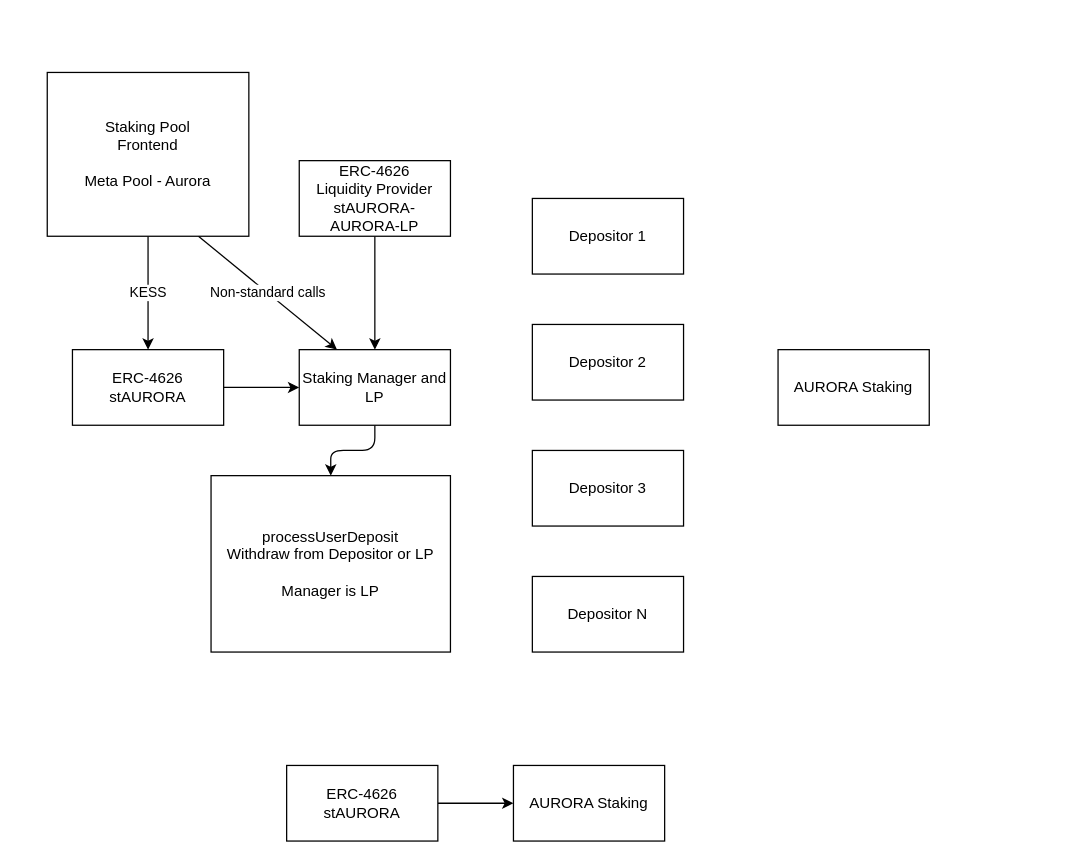
This is media/stakingAurora.drawio from Meta-Pool/staking-pool-aurora, a draw.io file, before an edit. Source tidied: cells renumbered, new cells numbered last; positions are measured from the earlier drawing's top-left corner, leaving out a move shared by most shapes. Both pictures are drawn from the tidied source at 126%, with x=0, y=0 at pixel (47, 72). Pictures stored in the file or linked from it are replaced by grey dashed boxes.
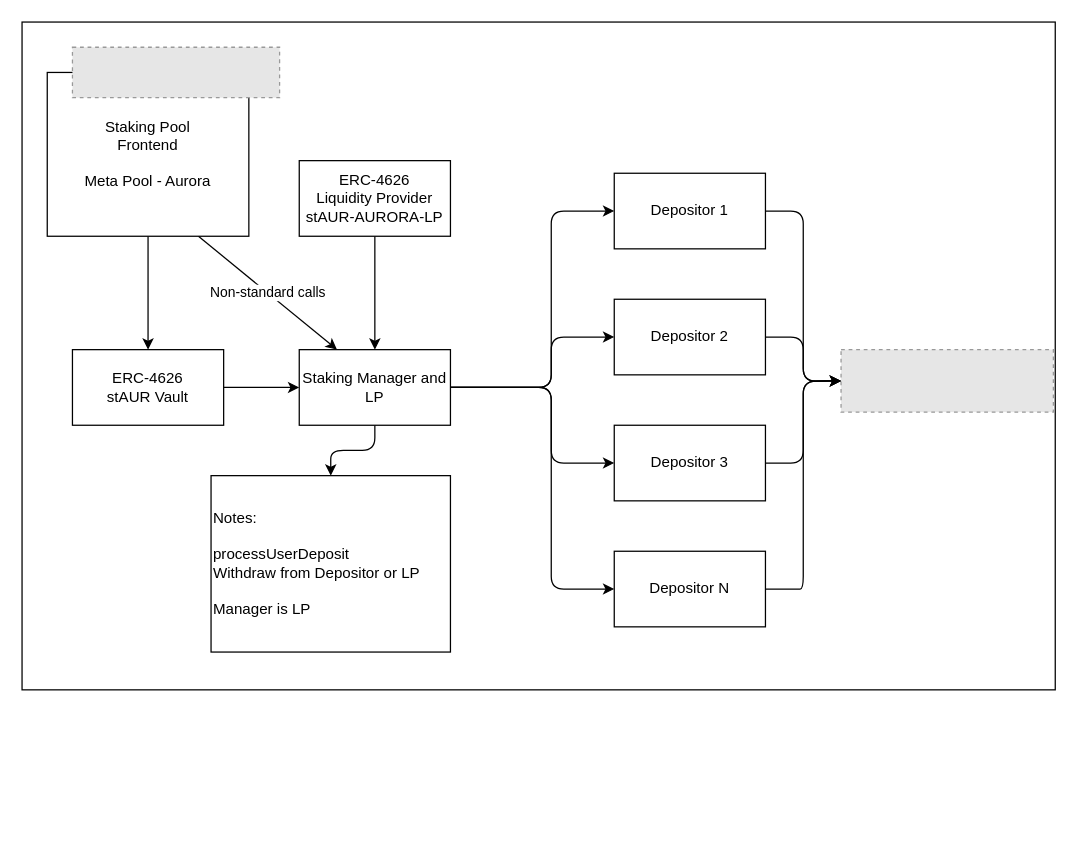
After the change.

The change refers to these unchanged cells:
```xml
<mxCell id="6" value="Staking Manager and LP" style="whiteSpace=wrap;html=1;" parent="1" vertex="1">
  <mxGeometry x="200" y="220" width="120" height="60" as="geometry" />
</mxCell>
<mxCell id="19" value="Staking Pool&lt;br&gt;Frontend&lt;br&gt;&lt;br&gt;Meta Pool - Aurora" style="whiteSpace=wrap;html=1;" parent="1" vertex="1">
  <mxGeometry width="160" height="130" as="geometry" />
</mxCell>
```

Change to the diagram source:
```diff
@@
+    <mxCell id="20" style="whiteSpace=wrap;html=1;fillColor=#FFFFFF;" parent="1" vertex="1">
+      <mxGeometry x="-20" y="-40" width="820" height="530" as="geometry" />
+    </mxCell>
-    <mxCell id="2" style="edgeStyle=none;html=1;" parent="1" edge="1" source="3" target="6">
+    <mxCell id="2" style="edgeStyle=none;html=1;strokeColor=#000000;" parent="1" edge="1" source="3" target="6">
       <mxGeometry relative="1" as="geometry" />
     </mxCell>
-    <mxCell id="3" value="ERC-4626&lt;br&gt;stAURORA" style="whiteSpace=wrap;html=1;" parent="1" vertex="1">
+    <mxCell id="3" value="ERC-4626&lt;br&gt;stAUR Vault" style="whiteSpace=wrap;html=1;" parent="1" vertex="1">
       <mxGeometry x="20" y="220" width="120" height="60" as="geometry" />
     </mxCell>
-    <mxCell id="4" value="AURORA Staking" style="whiteSpace=wrap;html=1;" parent="1" vertex="1">
-      <mxGeometry x="580" y="220" width="120" height="60" as="geometry" />
-    </mxCell>
@@
+    <mxCell id="21" style="edgeStyle=none;html=1;entryX=0;entryY=0.5;entryDx=0;entryDy=0;strokeColor=#000000;" parent="1" edge="1" target="7">
+      <mxGeometry relative="1" as="geometry">
+        <mxPoint x="320" y="250" as="sourcePoint" />
+        <Array as="points">
+          <mxPoint x="400" y="250" />
+          <mxPoint x="400" y="110" />
+        </Array>
+      </mxGeometry>
+    </mxCell>
@@
     <mxCell id="7" value="Depositor 1" style="whiteSpace=wrap;html=1;" parent="1" vertex="1">
-      <mxGeometry x="385" y="100" width="120" height="60" as="geometry" />
+      <mxGeometry x="450" y="80" width="120" height="60" as="geometry" />
     </mxCell>
     <mxCell id="8" value="Depositor N" style="whiteSpace=wrap;html=1;" parent="1" vertex="1">
-      <mxGeometry x="385" y="400" width="120" height="60" as="geometry" />
+      <mxGeometry x="450" y="380" width="120" height="60" as="geometry" />
     </mxCell>
     <mxCell id="9" value="Depositor 3" style="whiteSpace=wrap;html=1;" parent="1" vertex="1">
-      <mxGeometry x="385" y="300" width="120" height="60" as="geometry" />
+      <mxGeometry x="450" y="280" width="120" height="60" as="geometry" />
     </mxCell>
     <mxCell id="10" value="Depositor 2" style="whiteSpace=wrap;html=1;" parent="1" vertex="1">
-      <mxGeometry x="385" y="200" width="120" height="60" as="geometry" />
+      <mxGeometry x="450" y="180" width="120" height="60" as="geometry" />
     </mxCell>
-    <mxCell id="11" style="edgeStyle=none;html=1;" parent="1" edge="1" source="12" target="6">
+    <mxCell id="11" style="edgeStyle=none;html=1;strokeColor=#000000;" parent="1" edge="1" source="12" target="6">
       <mxGeometry relative="1" as="geometry" />
     </mxCell>
-    <mxCell id="12" value="ERC-4626&lt;br&gt;Liquidity Provider&lt;br&gt;stAURORA-AURORA-LP" style="whiteSpace=wrap;html=1;" parent="1" vertex="1">
+    <mxCell id="12" value="ERC-4626&lt;br&gt;Liquidity Provider&lt;br&gt;stAUR-AURORA-LP" style="whiteSpace=wrap;html=1;" parent="1" vertex="1">
       <mxGeometry x="200" y="70" width="120" height="60" as="geometry" />
     </mxCell>
-    <mxCell id="13" value="processUserDeposit&lt;br&gt;Withdraw from Depositor or LP&lt;br&gt;&lt;br&gt;Manager is LP" style="whiteSpace=wrap;html=1;" parent="1" vertex="1">
+    <mxCell id="13" value="Notes:&lt;br&gt;&lt;br&gt;processUserDeposit&lt;br&gt;Withdraw from Depositor or LP&lt;br&gt;&lt;br&gt;Manager is LP" style="whiteSpace=wrap;html=1;align=left;" parent="1" vertex="1">
       <mxGeometry x="130" y="320" width="190" height="140" as="geometry" />
     </mxCell>
-    <mxCell id="14" style="edgeStyle=none;html=1;" parent="1" edge="1" source="15" target="16">
-      <mxGeometry relative="1" as="geometry" />
-    </mxCell>
-    <mxCell id="15" value="ERC-4626&lt;br&gt;stAURORA" style="whiteSpace=wrap;html=1;" parent="1" vertex="1">
-      <mxGeometry x="190" y="550" width="120" height="60" as="geometry" />
-    </mxCell>
-    <mxCell id="16" value="AURORA Staking" style="whiteSpace=wrap;html=1;" parent="1" vertex="1">
-      <mxGeometry x="370" y="550" width="120" height="60" as="geometry" />
-    </mxCell>
-    <mxCell id="17" value="KESS" style="edgeStyle=none;html=1;entryX=0.5;entryY=0;entryDx=0;entryDy=0;exitX=0.5;exitY=1;exitDx=0;exitDy=0;" parent="1" edge="1" source="19" target="3">
+    <mxCell id="17" style="edgeStyle=none;html=1;entryX=0.5;entryY=0;entryDx=0;entryDy=0;exitX=0.5;exitY=1;exitDx=0;exitDy=0;strokeColor=#000000;" parent="1" edge="1" source="19" target="3">
       <mxGeometry relative="1" as="geometry">
         <Array as="points">
           <mxPoint x="80" y="180" />
         </Array>
       </mxGeometry>
     </mxCell>
-    <mxCell id="18" value="Non-standard calls" style="edgeStyle=none;html=1;exitX=0.75;exitY=1;exitDx=0;exitDy=0;entryX=0.25;entryY=0;entryDx=0;entryDy=0;" parent="1" edge="1" source="19" target="6">
+    <mxCell id="18" value="Non-standard calls" style="edgeStyle=none;html=1;exitX=0.75;exitY=1;exitDx=0;exitDy=0;entryX=0.25;entryY=0;entryDx=0;entryDy=0;strokeColor=#000000;" parent="1" edge="1" source="19" target="6">
       <mxGeometry relative="1" as="geometry" />
     </mxCell>
@@
+    <mxCell id="22" style="edgeStyle=none;html=1;entryX=0;entryY=0.5;entryDx=0;entryDy=0;exitX=1;exitY=0.5;exitDx=0;exitDy=0;strokeColor=#000000;" parent="1" edge="1" source="6" target="10">
+      <mxGeometry relative="1" as="geometry">
+        <Array as="points">
+          <mxPoint x="400" y="250" />
+          <mxPoint x="400" y="210" />
+        </Array>
+      </mxGeometry>
+    </mxCell>
+    <mxCell id="23" style="edgeStyle=none;html=1;entryX=0;entryY=0.5;entryDx=0;entryDy=0;exitX=1;exitY=0.5;exitDx=0;exitDy=0;strokeColor=#000000;" parent="1" edge="1" source="6" target="9">
+      <mxGeometry relative="1" as="geometry">
+        <Array as="points">
+          <mxPoint x="400" y="250" />
+          <mxPoint x="400" y="310" />
+        </Array>
+      </mxGeometry>
+    </mxCell>
+    <mxCell id="24" style="edgeStyle=none;html=1;entryX=0;entryY=0.5;entryDx=0;entryDy=0;exitX=1;exitY=0.5;exitDx=0;exitDy=0;strokeColor=#000000;" parent="1" edge="1" source="6" target="8">
+      <mxGeometry relative="1" as="geometry">
+        <Array as="points">
+          <mxPoint x="400" y="250" />
+          <mxPoint x="400" y="410" />
+        </Array>
+      </mxGeometry>
+    </mxCell>
+    <mxCell id="25" style="fillColor=#E6E6E6;strokeColor=#999999;dashed=1;verticalLabelPosition=bottom;labelBackgroundColor=default;verticalAlign=top;" parent="1" vertex="1">
+      <mxGeometry x="630" y="220" width="168.5" height="49.6" as="geometry" />
+    </mxCell>
+    <mxCell id="26" style="edgeStyle=none;html=1;entryX=0;entryY=0.5;entryDx=0;entryDy=0;exitX=1;exitY=0.5;exitDx=0;exitDy=0;strokeColor=#000000;" parent="1" edge="1" source="7" target="25">
+      <mxGeometry relative="1" as="geometry">
+        <Array as="points">
+          <mxPoint x="600" y="110" />
+          <mxPoint x="600" y="245" />
+        </Array>
+      </mxGeometry>
+    </mxCell>
+    <mxCell id="27" style="edgeStyle=none;html=1;entryX=0;entryY=0.5;entryDx=0;entryDy=0;exitX=1;exitY=0.5;exitDx=0;exitDy=0;strokeColor=#000000;" parent="1" edge="1" source="10" target="25">
+      <mxGeometry relative="1" as="geometry">
+        <Array as="points">
+          <mxPoint x="600" y="210" />
+          <mxPoint x="600" y="245" />
+        </Array>
+      </mxGeometry>
+    </mxCell>
+    <mxCell id="28" style="edgeStyle=none;html=1;entryX=0;entryY=0.5;entryDx=0;entryDy=0;exitX=1;exitY=0.5;exitDx=0;exitDy=0;strokeColor=#000000;" parent="1" edge="1" source="9" target="25">
+      <mxGeometry relative="1" as="geometry">
+        <Array as="points">
+          <mxPoint x="600" y="310" />
+          <mxPoint x="600" y="245" />
+        </Array>
+      </mxGeometry>
+    </mxCell>
+    <mxCell id="29" style="edgeStyle=none;html=1;entryX=0;entryY=0.5;entryDx=0;entryDy=0;exitX=1;exitY=0.5;exitDx=0;exitDy=0;strokeColor=#000000;" parent="1" edge="1" source="8" target="25">
+      <mxGeometry relative="1" as="geometry">
+        <Array as="points">
+          <mxPoint x="590" y="410" />
+          <mxPoint x="600" y="410" />
+          <mxPoint x="600" y="245" />
+        </Array>
+      </mxGeometry>
+    </mxCell>
+    <mxCell id="30" style="fillColor=#E6E6E6;strokeColor=#999999;dashed=1;verticalLabelPosition=bottom;labelBackgroundColor=default;verticalAlign=top;" parent="1" vertex="1">
+      <mxGeometry x="20" y="-20" width="164.4" height="40" as="geometry" />
+    </mxCell>
```
